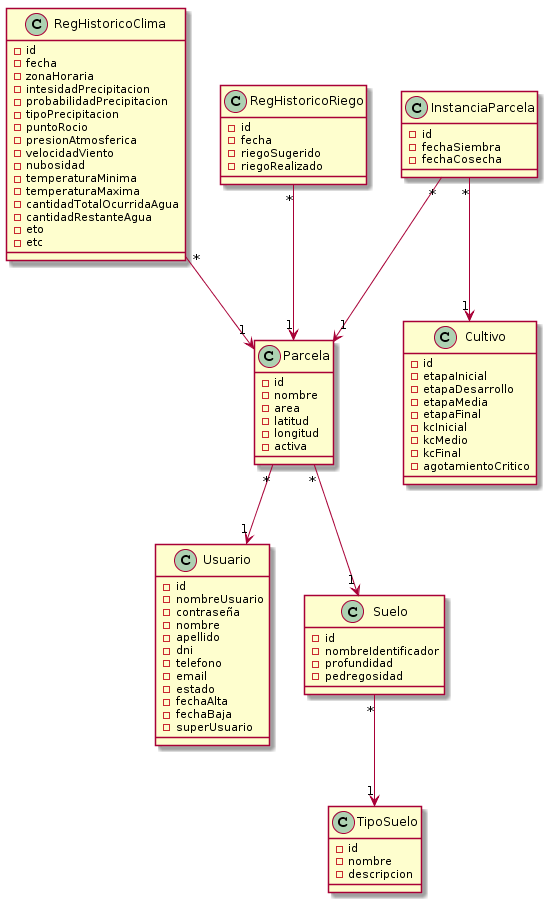
Above: Modelo de dominio/MDominio: Sistema de riego.png in FacuDeveloper/Sistema-de-riego (PlantUML), before the change.
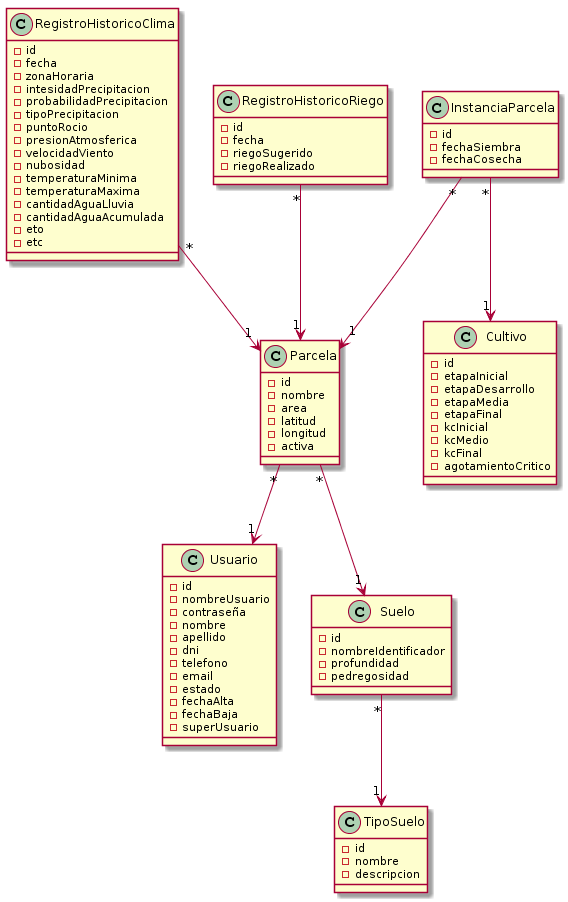
Later version of the same file.

Commit message:
Modelo de dominio modificado

The edit, as a diff of the source:
```diff
@@ -1,8 +1,8 @@
 @startuml
 Parcela "*"-->"1" Usuario
 Parcela "*"-->"1" Suelo
-RegHistoricoClima "*"-->"1" Parcela
-RegHistoricoRiego "*"-->"1" Parcela
+RegistroHistoricoClima "*"-->"1" Parcela
+RegistroHistoricoRiego "*"-->"1" Parcela
 InstanciaParcela "*"-->"1" Parcela
 InstanciaParcela "*"-->"1" Cultivo
 Suelo "*"-->"1" TipoSuelo
@@ -41,7 +41,7 @@
 -descripcion
 }
 
-class RegHistoricoClima {
+class RegistroHistoricoClima {
 -id
 -fecha
 -zonaHoraria
@@ -54,8 +54,8 @@
 -nubosidad
 -temperaturaMinima
 -temperaturaMaxima
--cantidadTotalOcurridaAgua
--cantidadRestanteAgua
+-cantidadAguaLluvia
+-cantidadAguaAcumulada
 -eto
 -etc
 }
@@ -66,7 +66,7 @@
 -fechaCosecha
 }
 
-class RegHistoricoRiego {
+class RegistroHistoricoRiego {
 -id
 -fecha
 -riegoSugerido
```
